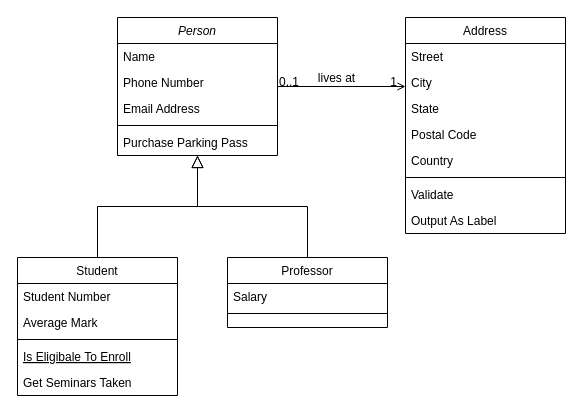
Before: model_hotel.drawio in LuizGustavoRibeiro/Modelagem_hotel, a draw.io diagram. Source tidied: cells renumbered, new cells numbered last; positions are measured from the earlier drawing's top-left corner, leaving out a move shared by most shapes. Both pictures are drawn from the tidied source at 100%, with x=0, y=0 at pixel (17, 17).
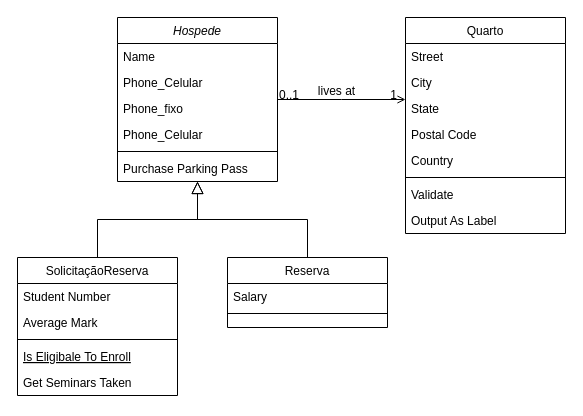
After the change.

What changed in the source:
```diff
@@
-    <mxCell id="2" value="Person" style="swimlane;fontStyle=2;align=center;verticalAlign=top;horizontal=1;startSize=26;rounded=0;shadow=0;strokeWidth=1;" parent="1" vertex="1">
-      <mxGeometry x="100" width="160" height="138" as="geometry" />
+    <mxCell id="2" value="Hospede" style="swimlane;fontStyle=2;align=center;verticalAlign=top;horizontal=1;startSize=26;rounded=0;shadow=0;strokeWidth=1;" parent="1" vertex="1">
+      <mxGeometry x="100" width="160" height="164" as="geometry" />
     </mxCell>
@@
-    <mxCell id="4" value="Phone Number" style="text;align=left;verticalAlign=top;spacingLeft=4;spacingRight=4;overflow=hidden;rounded=0;shadow=0;html=0;" parent="2" vertex="1">
+    <mxCell id="4" value="Phone_Celular" style="text;align=left;verticalAlign=top;spacingLeft=4;spacingRight=4;overflow=hidden;rounded=0;shadow=0;html=0;" parent="2" vertex="1">
       <mxGeometry y="52" width="160" height="26" as="geometry" />
     </mxCell>
-    <mxCell id="5" value="Email Address" style="text;align=left;verticalAlign=top;spacingLeft=4;spacingRight=4;overflow=hidden;rounded=0;shadow=0;html=0;" parent="2" vertex="1">
+    <mxCell id="5" value="Phone_fixo" style="text;align=left;verticalAlign=top;spacingLeft=4;spacingRight=4;overflow=hidden;rounded=0;shadow=0;html=0;" parent="2" vertex="1">
       <mxGeometry y="78" width="160" height="26" as="geometry" />
     </mxCell>
+    <mxCell id="32" value="Phone_Celular" style="text;align=left;verticalAlign=top;spacingLeft=4;spacingRight=4;overflow=hidden;rounded=0;shadow=0;html=0;" parent="2" vertex="1">
+      <mxGeometry y="104" width="160" height="26" as="geometry" />
+    </mxCell>
     <mxCell id="6" style="line;html=1;strokeWidth=1;align=left;verticalAlign=middle;spacingTop=-1;spacingLeft=3;spacingRight=3;labelPosition=right;" parent="2" vertex="1">
-      <mxGeometry y="104" width="160" height="8" as="geometry" />
+      <mxGeometry y="130" width="160" height="8" as="geometry" />
     </mxCell>
     <mxCell id="7" value="Purchase Parking Pass" style="text;align=left;verticalAlign=top;spacingLeft=4;spacingRight=4;overflow=hidden;" parent="2" vertex="1">
-      <mxGeometry y="112" width="160" height="26" as="geometry" />
+      <mxGeometry y="138" width="160" height="26" as="geometry" />
     </mxCell>
-    <mxCell id="8" value="Student" style="swimlane;fontStyle=0;align=center;verticalAlign=top;horizontal=1;startSize=26;rounded=0;shadow=0;strokeWidth=1;" parent="1" vertex="1">
+    <mxCell id="8" value="SolicitaçãoReserva" style="swimlane;fontStyle=0;align=center;verticalAlign=top;horizontal=1;startSize=26;rounded=0;shadow=0;strokeWidth=1;" parent="1" vertex="1">
       <mxGeometry y="240" width="160" height="138" as="geometry" />
     </mxCell>
@@
-    <mxCell id="15" value="Professor" style="swimlane;fontStyle=0;align=center;verticalAlign=top;horizontal=1;startSize=26;rounded=0;shadow=0;strokeWidth=1;" parent="1" vertex="1">
+    <mxCell id="15" value="Reserva&#10;" style="swimlane;fontStyle=0;align=center;verticalAlign=top;horizontal=1;startSize=26;rounded=0;shadow=0;strokeWidth=1;" parent="1" vertex="1">
       <mxGeometry x="210" y="240" width="160" height="70" as="geometry" />
     </mxCell>
@@
-    <mxCell id="19" value="Address" style="swimlane;fontStyle=0;align=center;verticalAlign=top;horizontal=1;startSize=26;rounded=0;shadow=0;strokeWidth=1;" parent="1" vertex="1">
+    <mxCell id="19" value="Quarto" style="swimlane;fontStyle=0;align=center;verticalAlign=top;horizontal=1;startSize=26;rounded=0;shadow=0;strokeWidth=1;" parent="1" vertex="1">
       <mxGeometry x="388" width="160" height="216" as="geometry" />
     </mxCell>
```
